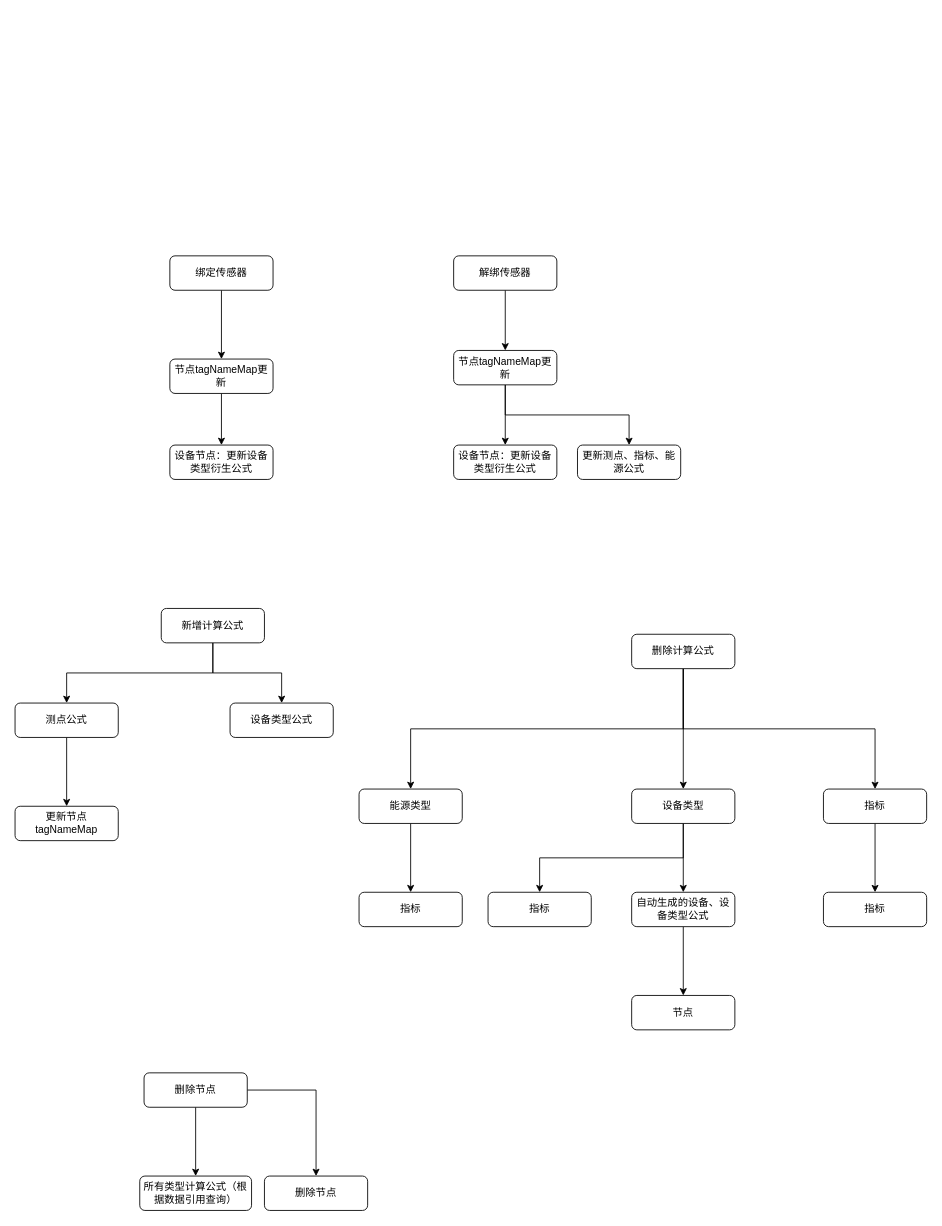
Earlier version of the draw.io diagram 能源管理-tagName更新.drawio (bird1225/draw). Source tidied: cells renumbered, new cells numbered last; positions are measured from the earlier drawing's top-left corner, leaving out a move shared by most shapes. Both pictures are drawn from the tidied source at 86%, with x=0, y=0 at pixel (15, 255).
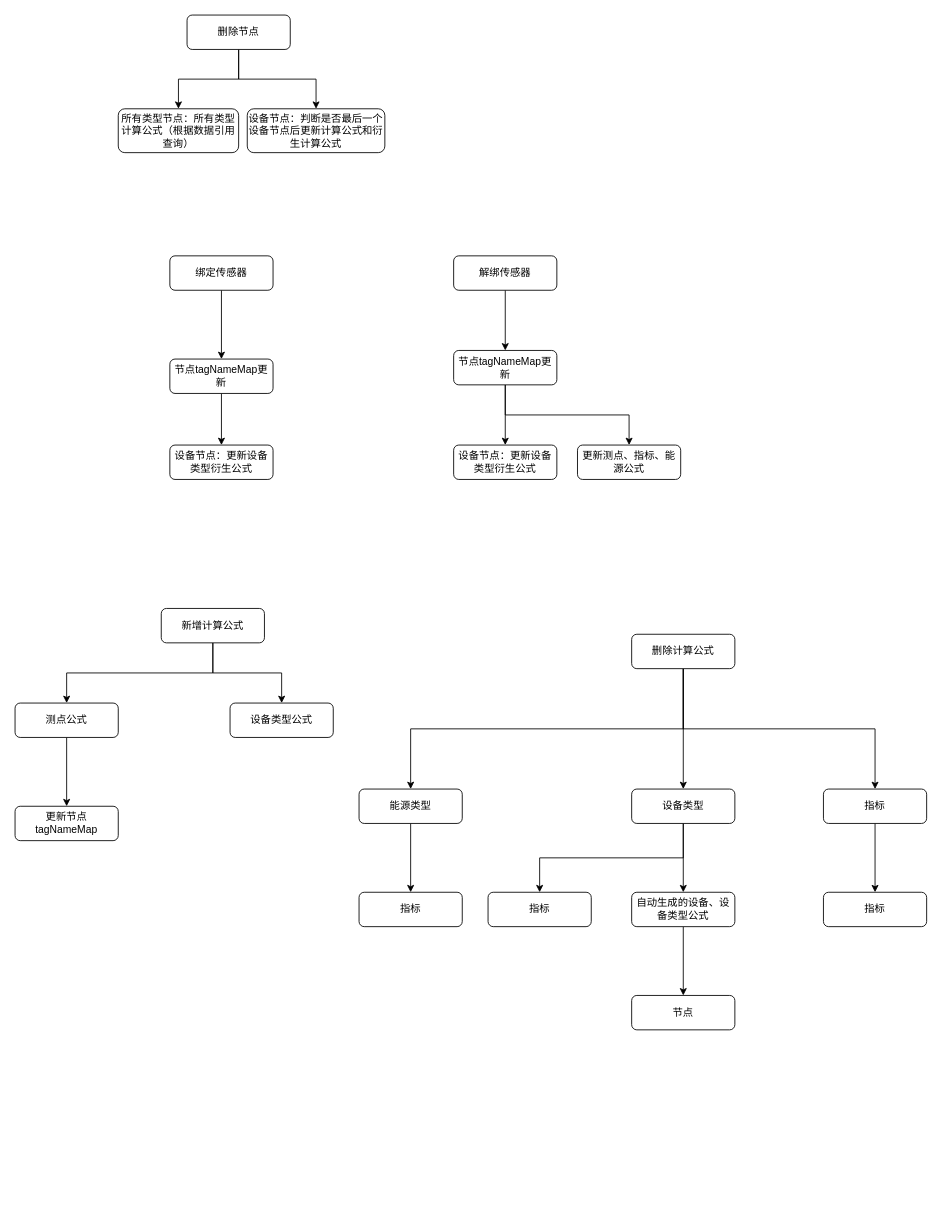
After the change.

Commit message (it also covers changes not shown here):
更新能源管理-tagName更新.drawio

Diff of the diagram source:
```diff
@@
     <mxCell id="15" value="删除节点" style="rounded=1;whiteSpace=wrap;html=1;fontSize=12;glass=0;strokeWidth=1;shadow=0;" parent="1" vertex="1">
-      <mxGeometry x="150" y="950" width="120" height="40" as="geometry" />
+      <mxGeometry x="200" y="-280" width="120" height="40" as="geometry" />
     </mxCell>
@@
-    <mxCell id="41" value="所有类型计算公式（根据数据引用查询）" style="rounded=1;whiteSpace=wrap;html=1;fontSize=12;glass=0;strokeWidth=1;shadow=0;" parent="1" vertex="1">
-      <mxGeometry x="145" y="1070" width="130" height="40" as="geometry" />
+    <mxCell id="41" value="所有类型节点：所有类型计算公式（根据数据引用查询）" style="rounded=1;whiteSpace=wrap;html=1;fontSize=12;glass=0;strokeWidth=1;shadow=0;" parent="1" vertex="1">
+      <mxGeometry x="120" y="-171" width="140" height="51" as="geometry" />
     </mxCell>
-    <mxCell id="42" value="删除节点" style="rounded=1;whiteSpace=wrap;html=1;fontSize=12;glass=0;strokeWidth=1;shadow=0;" parent="1" vertex="1">
-      <mxGeometry x="290" y="1070" width="120" height="40" as="geometry" />
+    <mxCell id="42" value="设备节点：判断是否最后一个设备节点后更新计算公式和衍生计算公式" style="rounded=1;whiteSpace=wrap;html=1;fontSize=12;glass=0;strokeWidth=1;shadow=0;" parent="1" vertex="1">
+      <mxGeometry x="270" y="-171" width="160" height="51" as="geometry" />
     </mxCell>
```
